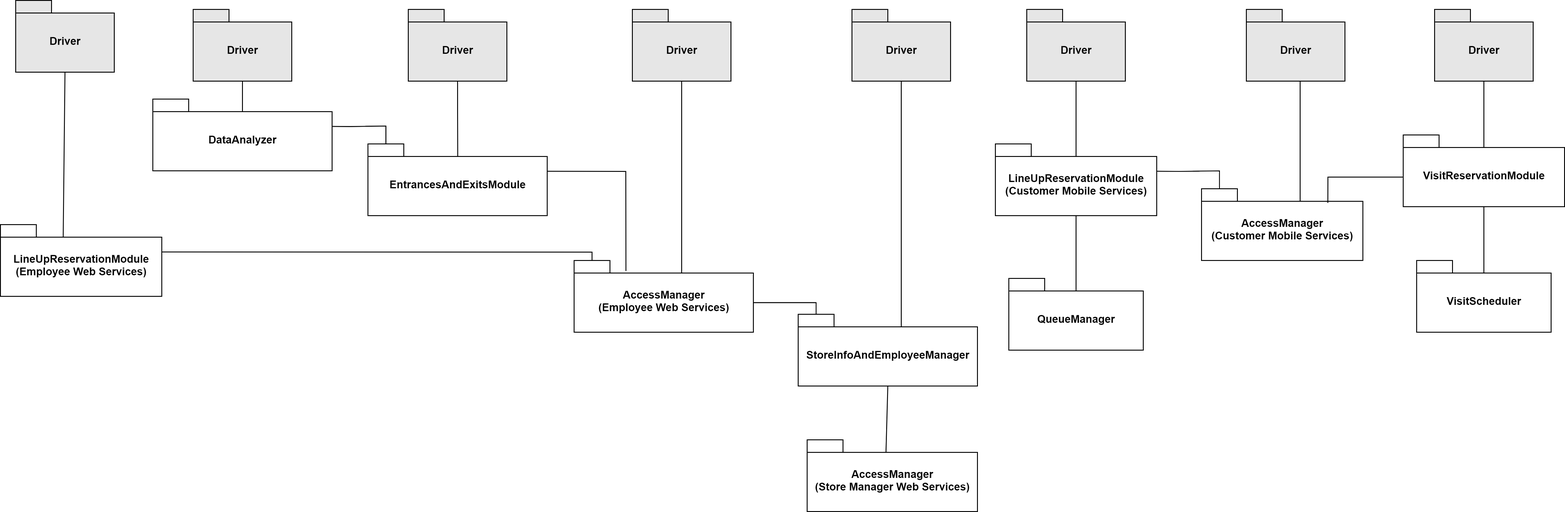
Above: DDworkspace/LaTeXproject/images/int_diagr9.png in marcoDige/CLup (draw.io), before the change. Source tidied: cells renumbered, new cells last; positions are measured from the earlier drawing's top-left corner, leaving out a move shared by most shapes.
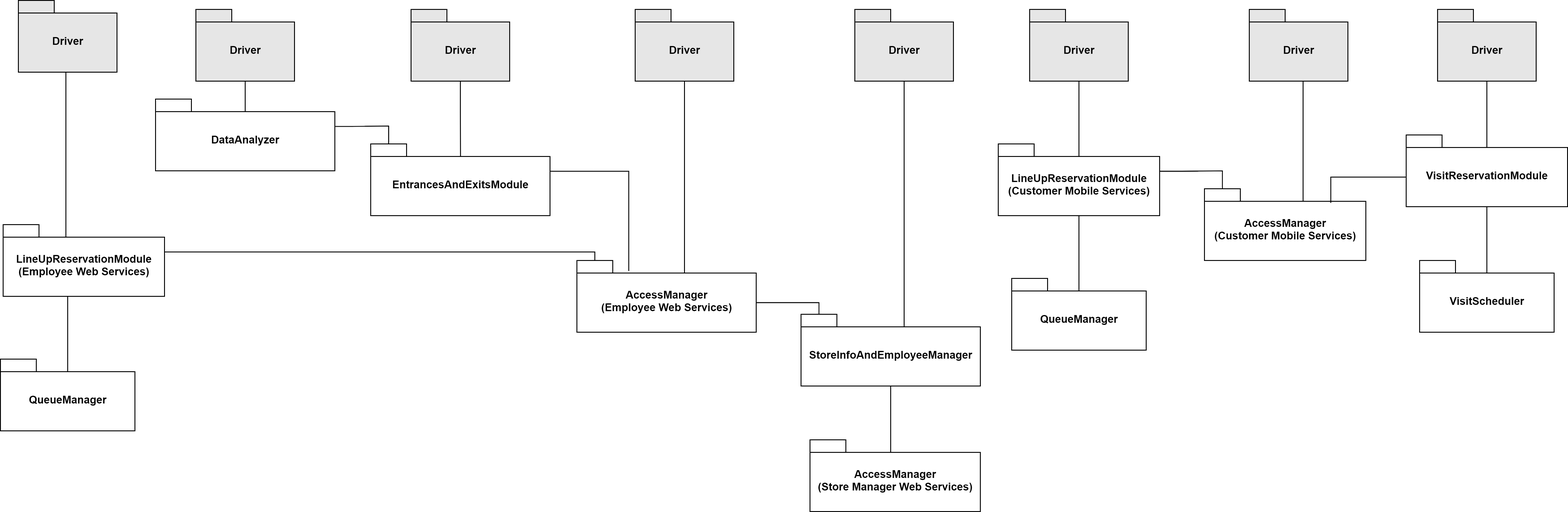
The same file after the commit.

Change to the diagram source:
```diff
@@ -169,5 +169,17 @@
     <mxCell id="37" value="Driver" style="shape=folder;fontStyle=1;spacingTop=10;tabWidth=40;tabHeight=14;tabPosition=left;html=1;fillColor=#E6E6E6;" parent="1" vertex="1">
       <mxGeometry x="17" width="110" height="80" as="geometry" />
     </mxCell>
+    <mxCell id="38" value="QueueManager" style="shape=folder;fontStyle=1;spacingTop=10;tabWidth=40;tabHeight=14;tabPosition=left;html=1;fillColor=#FFFFFF;" parent="1" vertex="1">
+      <mxGeometry x="-3" y="400" width="150" height="80" as="geometry" />
+    </mxCell>
+    <mxCell id="39" style="edgeStyle=orthogonalEdgeStyle;rounded=0;orthogonalLoop=1;jettySize=auto;html=1;exitX=0.5;exitY=1;exitDx=0;exitDy=0;exitPerimeter=0;endArrow=none;endFill=0;" parent="1" edge="1">
+      <mxGeometry relative="1" as="geometry">
+        <mxPoint x="72" y="330" as="sourcePoint" />
+        <mxPoint x="72" y="414" as="targetPoint" />
+        <Array as="points">
+          <mxPoint x="72" y="414" />
+        </Array>
+      </mxGeometry>
+    </mxCell>
   </root>
 </mxGraphModel>
```
